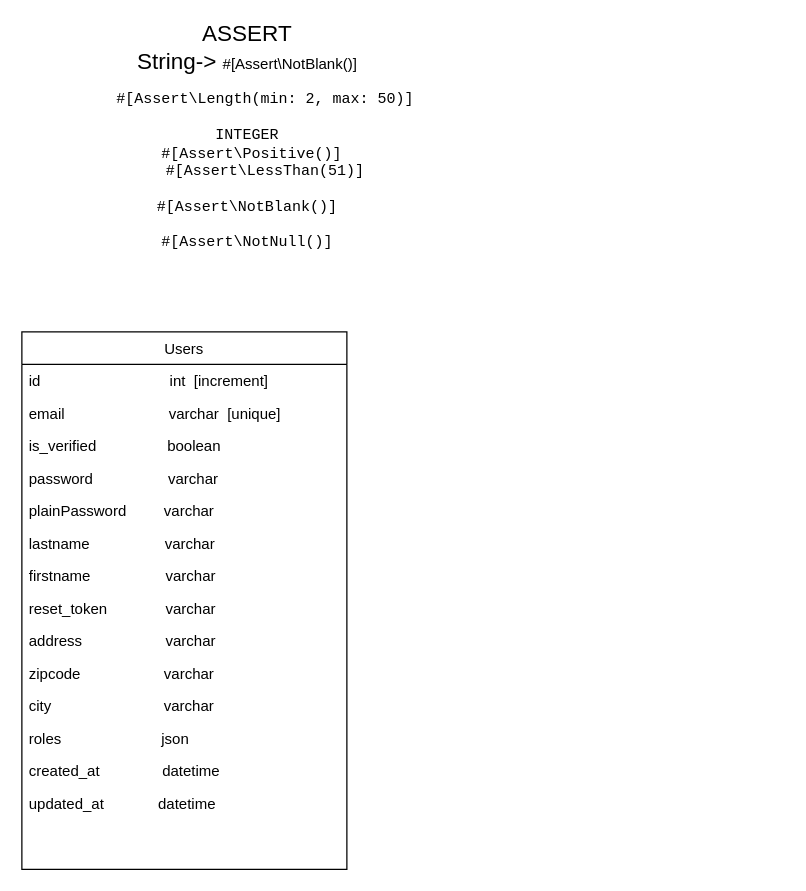
Before: astandard.drawio in cyrisa02/diagrammes-UML, a draw.io diagram. Source tidied: cells renumbered, new cells numbered last; positions are measured from the earlier drawing's top-left corner, leaving out a move shared by most shapes. Both pictures are drawn from the tidied source at 125%, with x=0, y=0 at pixel (21, 25).
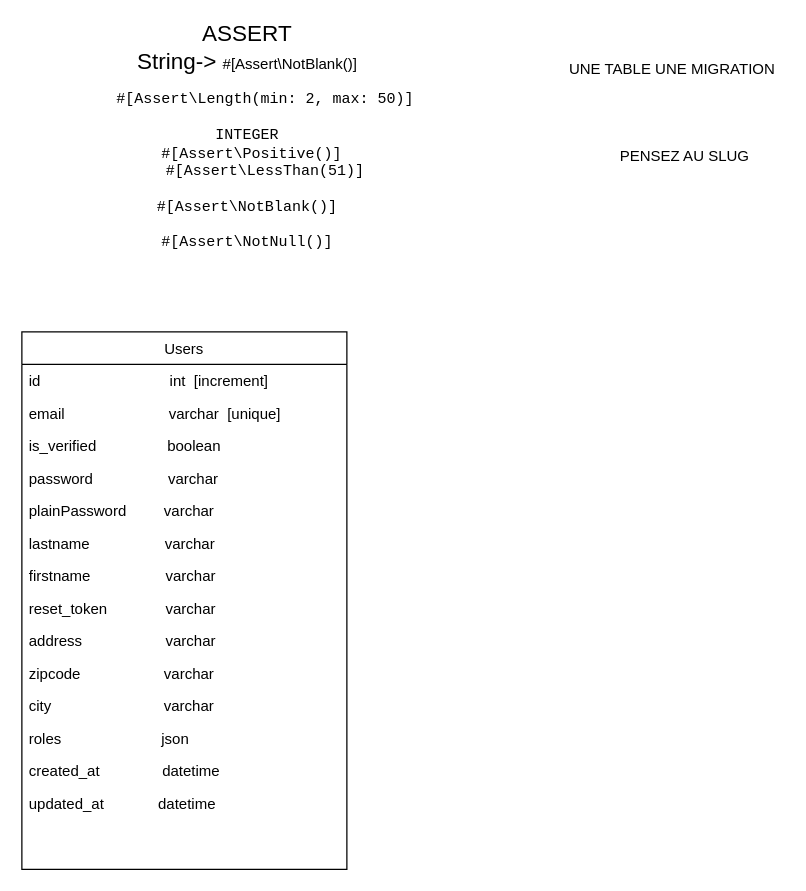
After the change.

Change to the diagram source:
```diff
@@
 <mxGraphModel>
   <root>
     <mxCell id="0" />
     <mxCell id="1" parent="0" />
     <mxCell id="2" value="Users" style="swimlane;fontStyle=0;align=center;verticalAlign=top;horizontal=1;startSize=26;rounded=0;shadow=0;strokeWidth=1;" parent="1" vertex="1">
       <mxGeometry y="245" width="260" height="430" as="geometry" />
     </mxCell>
     <mxCell id="3" value="id                               int  [increment]" style="text;align=left;verticalAlign=top;spacingLeft=4;spacingRight=4;overflow=hidden;" parent="2" vertex="1">
       <mxGeometry y="26" width="260" height="26" as="geometry" />
     </mxCell>
     <mxCell id="4" value="email                         varchar  [unique]" style="text;align=left;verticalAlign=top;spacingLeft=4;spacingRight=4;overflow=hidden;" parent="2" vertex="1">
       <mxGeometry y="52" width="260" height="26" as="geometry" />
     </mxCell>
     <mxCell id="5" value="is_verified                 boolean" style="text;align=left;verticalAlign=top;spacingLeft=4;spacingRight=4;overflow=hidden;" parent="2" vertex="1">
       <mxGeometry y="78" width="260" height="26" as="geometry" />
     </mxCell>
     <mxCell id="6" value="password                  varchar" style="text;align=left;verticalAlign=top;spacingLeft=4;spacingRight=4;overflow=hidden;" parent="2" vertex="1">
       <mxGeometry y="104" width="260" height="26" as="geometry" />
     </mxCell>
     <mxCell id="7" value="plainPassword         varchar" style="text;align=left;verticalAlign=top;spacingLeft=4;spacingRight=4;overflow=hidden;" parent="2" vertex="1">
       <mxGeometry y="130" width="260" height="26" as="geometry" />
     </mxCell>
     <mxCell id="8" value="lastname                  varchar" style="text;align=left;verticalAlign=top;spacingLeft=4;spacingRight=4;overflow=hidden;" parent="2" vertex="1">
       <mxGeometry y="156" width="260" height="26" as="geometry" />
     </mxCell>
     <mxCell id="9" value="firstname                  varchar" style="text;align=left;verticalAlign=top;spacingLeft=4;spacingRight=4;overflow=hidden;" parent="2" vertex="1">
       <mxGeometry y="182" width="260" height="26" as="geometry" />
     </mxCell>
     <mxCell id="10" value="reset_token              varchar" style="text;align=left;verticalAlign=top;spacingLeft=4;spacingRight=4;overflow=hidden;" parent="2" vertex="1">
       <mxGeometry y="208" width="260" height="26" as="geometry" />
     </mxCell>
     <mxCell id="11" value="address                    varchar" style="text;align=left;verticalAlign=top;spacingLeft=4;spacingRight=4;overflow=hidden;" parent="2" vertex="1">
       <mxGeometry y="234" width="260" height="26" as="geometry" />
     </mxCell>
     <mxCell id="12" value="zipcode                    varchar" style="text;align=left;verticalAlign=top;spacingLeft=4;spacingRight=4;overflow=hidden;" parent="2" vertex="1">
       <mxGeometry y="260" width="260" height="26" as="geometry" />
     </mxCell>
     <mxCell id="13" value="city                           varchar" style="text;align=left;verticalAlign=top;spacingLeft=4;spacingRight=4;overflow=hidden;" parent="2" vertex="1">
       <mxGeometry y="286" width="260" height="26" as="geometry" />
     </mxCell>
     <mxCell id="14" value="roles                        json" style="text;align=left;verticalAlign=top;spacingLeft=4;spacingRight=4;overflow=hidden;" parent="2" vertex="1">
       <mxGeometry y="312" width="260" height="26" as="geometry" />
     </mxCell>
     <mxCell id="15" value="created_at               datetime" style="text;align=left;verticalAlign=top;spacingLeft=4;spacingRight=4;overflow=hidden;" parent="2" vertex="1">
       <mxGeometry y="338" width="260" height="26" as="geometry" />
     </mxCell>
     <mxCell id="16" value="updated_at             datetime" style="text;align=left;verticalAlign=top;spacingLeft=4;spacingRight=4;overflow=hidden;" parent="2" vertex="1">
       <mxGeometry y="364" width="260" height="26" as="geometry" />
     </mxCell>
     <mxCell id="17" value="&lt;div&gt;&lt;font style=&quot;font-size: 18px;&quot;&gt;ASSERT&lt;/font&gt;&lt;/div&gt;&lt;div&gt;&lt;font style=&quot;font-size: 18px;&quot;&gt;String-&amp;gt; &lt;/font&gt;&lt;span id=&quot;LC25&quot; class=&quot;line&quot; lang=&quot;php&quot;&gt;&lt;span class=&quot;c1&quot;&gt;#[Assert\NotBlank()]&lt;/span&gt;&lt;/span&gt;&lt;br&gt;&lt;/div&gt;&lt;pre class=&quot;code highlight&quot; lang=&quot;php&quot;&gt;&lt;span id=&quot;LC26&quot; class=&quot;line&quot; lang=&quot;php&quot;&gt;    &lt;span class=&quot;c1&quot;&gt;#[Assert\Length(min: 2, max: 50)]&lt;br&gt;&lt;br&gt;INTEGER&lt;br&gt;&lt;/span&gt;&lt;/span&gt;&lt;span id=&quot;LC42&quot; class=&quot;line&quot; lang=&quot;php&quot;&gt; &lt;span class=&quot;c1&quot;&gt;#[Assert\Positive()]&lt;/span&gt;&lt;/span&gt;&lt;br/&gt;&lt;span id=&quot;LC43&quot; class=&quot;line&quot; lang=&quot;php&quot;&gt;    &lt;span class=&quot;c1&quot;&gt;#[Assert\LessThan(51)]&lt;/span&gt;&lt;/span&gt;&lt;br/&gt;&lt;br&gt;&lt;code&gt;&lt;span class=&quot;c1&quot;&gt;#[Assert\NotBlank()]&lt;/span&gt;&lt;/code&gt;&lt;span id=&quot;LC26&quot; class=&quot;line&quot; lang=&quot;php&quot;&gt;&lt;span class=&quot;c1&quot;&gt;&lt;/span&gt;&lt;/span&gt;&lt;br&gt;&lt;br&gt;&lt;code&gt;&lt;span class=&quot;c1&quot;&gt;#[Assert\NotNull()]&lt;/span&gt;&lt;/code&gt;&lt;/pre&gt;" style="text;html=1;align=center;verticalAlign=middle;fillColor=none;strokeColor=none;rounded=0;" parent="1" vertex="1">
       <mxGeometry x="40" width="280" height="190" as="geometry" />
     </mxCell>
+    <mxCell id="18" value="UNE TABLE UNE MIGRATION" style="text;html=1;align=center;verticalAlign=middle;fillColor=none;strokeColor=none;rounded=0;" parent="1" vertex="1">
+      <mxGeometry x="430" y="25" width="180" height="20" as="geometry" />
+    </mxCell>
+    <mxCell id="19" value="PENSEZ AU SLUG" style="text;html=1;align=center;verticalAlign=middle;fillColor=none;strokeColor=none;rounded=0;" parent="1" vertex="1">
+      <mxGeometry x="470" y="95" width="120" height="20" as="geometry" />
+    </mxCell>
   </root>
 </mxGraphModel>
```
